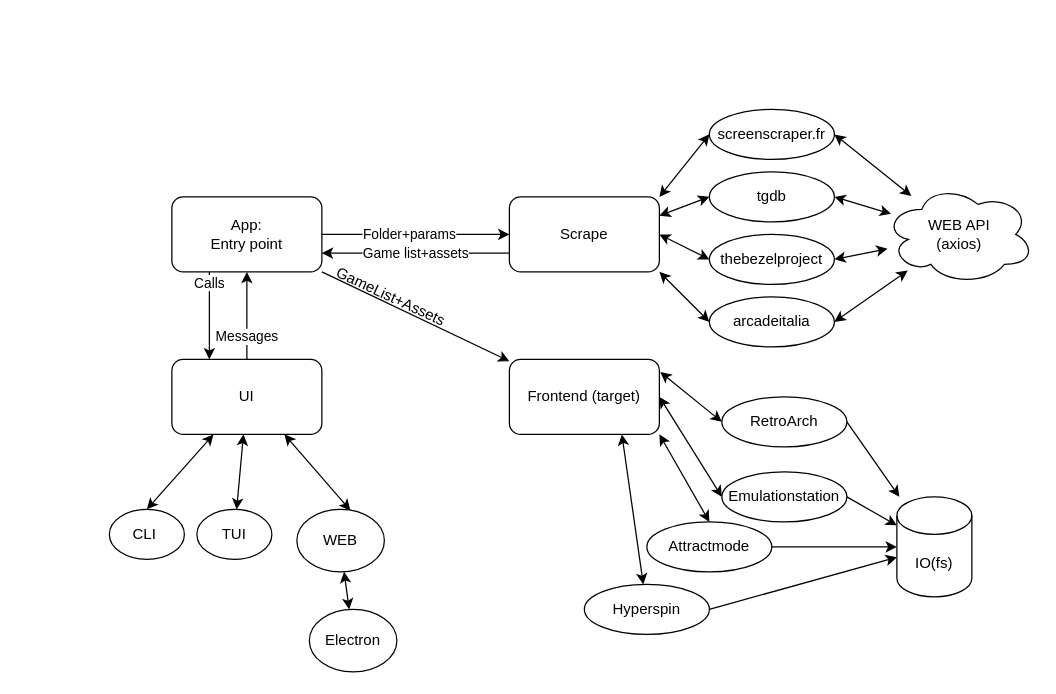
aaroncruces/rascraper keeps this draw.io diagram as diagrams/architecture.drawio. Above is the earlier version. Source tidied: cells renumbered, new cells numbered last; positions are measured from the earlier drawing's top-left corner, leaving out a move shared by most shapes. Both pictures are drawn from the tidied source at 125%, with x=0, y=0 at pixel (109, 109).
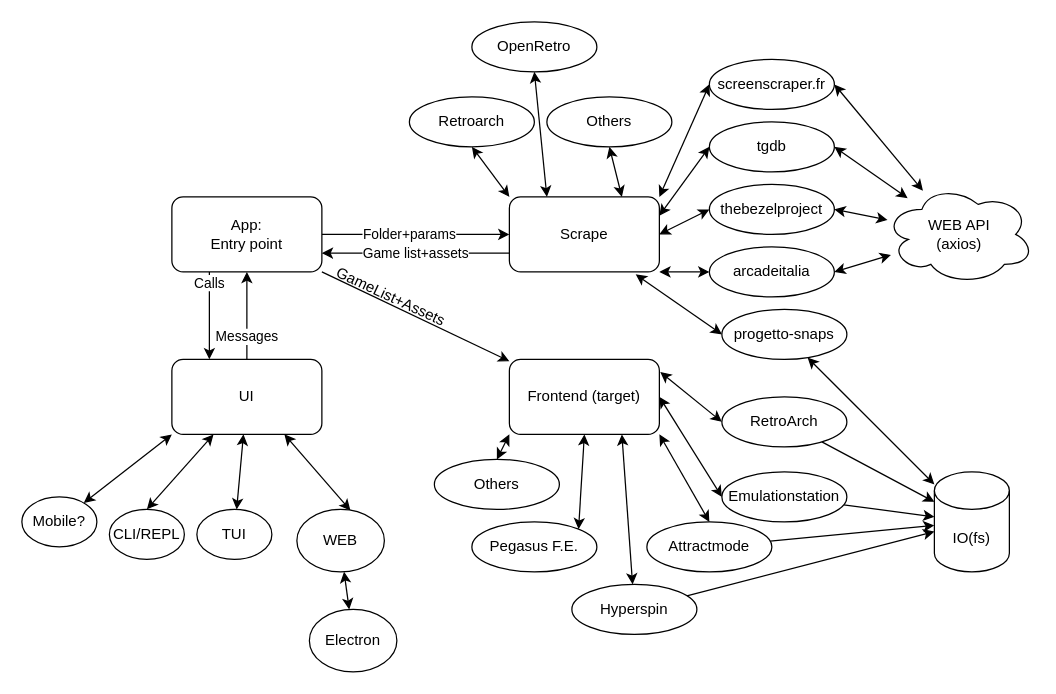
The same diagram, later.

Unchanged cells that the change refers to:
```xml
<mxCell id="11" value="UI" style="rounded=1;whiteSpace=wrap;html=1;" parent="1" vertex="1">
  <mxGeometry x="50" y="200" width="120" height="60" as="geometry" />
</mxCell>
<mxCell id="22" value="Scrape" style="rounded=1;whiteSpace=wrap;html=1;" parent="1" vertex="1">
  <mxGeometry x="320" y="70" width="120" height="60" as="geometry" />
</mxCell>
<mxCell id="33" value="Frontend (target)" style="rounded=1;whiteSpace=wrap;html=1;" parent="1" vertex="1">
  <mxGeometry x="320" y="200" width="120" height="60" as="geometry" />
</mxCell>
<mxCell id="36" value="RetroArch" style="ellipse;whiteSpace=wrap;html=1;" parent="1" vertex="1">
  <mxGeometry x="490" y="230" width="100" height="40" as="geometry" />
</mxCell>
<mxCell id="40" value="Emulationstation" style="ellipse;whiteSpace=wrap;html=1;" parent="1" vertex="1">
  <mxGeometry x="490" y="290" width="100" height="40" as="geometry" />
</mxCell>
<mxCell id="42" value="Attractmode" style="ellipse;whiteSpace=wrap;html=1;" parent="1" vertex="1">
  <mxGeometry x="430" y="330" width="100" height="40" as="geometry" />
</mxCell>
```

The edit, as a diff of the source:
```diff
@@
+    <mxCell id="47" style="edgeStyle=none;html=1;exitX=0;exitY=1;exitDx=0;exitDy=0;startArrow=classic;startFill=1;" parent="1" edge="1" source="11" target="61">
+      <mxGeometry relative="1" as="geometry" />
+    </mxCell>
@@
-    <mxCell id="12" value="CLI&amp;nbsp;" style="ellipse;whiteSpace=wrap;html=1;shadow=0;" parent="1" vertex="1">
+    <mxCell id="12" value="CLI/REPL" style="ellipse;whiteSpace=wrap;html=1;shadow=0;" parent="1" vertex="1">
       <mxGeometry y="320" width="60" height="40" as="geometry" />
     </mxCell>
@@
     <mxCell id="24" value="screenscraper.fr" style="ellipse;whiteSpace=wrap;html=1;" parent="1" vertex="1">
-      <mxGeometry x="480" width="100" height="40" as="geometry" />
+      <mxGeometry x="480" y="-40" width="100" height="40" as="geometry" />
     </mxCell>
@@
     <mxCell id="26" value="tgdb" style="ellipse;whiteSpace=wrap;html=1;" parent="1" vertex="1">
-      <mxGeometry x="480" y="50" width="100" height="40" as="geometry" />
+      <mxGeometry x="480" y="10" width="100" height="40" as="geometry" />
     </mxCell>
@@
     <mxCell id="28" value="thebezelproject" style="ellipse;whiteSpace=wrap;html=1;" parent="1" vertex="1">
-      <mxGeometry x="480" y="100" width="100" height="40" as="geometry" />
+      <mxGeometry x="480" y="60" width="100" height="40" as="geometry" />
     </mxCell>
@@
     <mxCell id="30" value="arcadeitalia" style="ellipse;whiteSpace=wrap;html=1;" parent="1" vertex="1">
-      <mxGeometry x="480" y="150" width="100" height="40" as="geometry" />
+      <mxGeometry x="480" y="110" width="100" height="40" as="geometry" />
     </mxCell>
@@
-    <mxCell id="32" style="edgeStyle=none;html=1;exitX=0.75;exitY=1;exitDx=0;exitDy=0;startArrow=classic;startFill=1;endArrow=classic;endFill=1;" parent="1" edge="1" source="33" target="44">
+    <mxCell id="32" style="edgeStyle=none;html=1;startArrow=classic;startFill=1;endArrow=classic;endFill=1;exitX=0.75;exitY=1;exitDx=0;exitDy=0;" parent="1" edge="1" source="33" target="44">
       <mxGeometry relative="1" as="geometry" />
     </mxCell>
@@
-    <mxCell id="35" style="edgeStyle=none;html=1;exitX=1;exitY=0.5;exitDx=0;exitDy=0;startArrow=none;startFill=0;endArrow=classic;endFill=1;" parent="1" edge="1" source="36" target="46">
+    <mxCell id="35" style="edgeStyle=none;html=1;startArrow=none;startFill=0;endArrow=classic;endFill=1;" parent="1" edge="1" source="36" target="46">
       <mxGeometry relative="1" as="geometry" />
     </mxCell>
@@
-    <mxCell id="39" style="edgeStyle=none;html=1;exitX=1;exitY=0.5;exitDx=0;exitDy=0;startArrow=none;startFill=0;endArrow=classic;endFill=1;" parent="1" edge="1" source="40" target="46">
+    <mxCell id="39" style="edgeStyle=none;html=1;startArrow=none;startFill=0;endArrow=classic;endFill=1;" parent="1" edge="1" source="40" target="46">
       <mxGeometry relative="1" as="geometry" />
     </mxCell>
@@
-    <mxCell id="41" style="edgeStyle=none;html=1;exitX=1;exitY=0.5;exitDx=0;exitDy=0;startArrow=none;startFill=0;endArrow=classic;endFill=1;" parent="1" edge="1" source="42" target="46">
+    <mxCell id="41" style="edgeStyle=none;html=1;startArrow=none;startFill=0;endArrow=classic;endFill=1;" parent="1" edge="1" source="42" target="46">
       <mxGeometry relative="1" as="geometry" />
     </mxCell>
@@
-    <mxCell id="43" style="edgeStyle=none;html=1;exitX=1;exitY=0.5;exitDx=0;exitDy=0;startArrow=none;startFill=0;endArrow=classic;endFill=1;" parent="1" edge="1" source="44" target="46">
+    <mxCell id="43" style="edgeStyle=none;html=1;startArrow=none;startFill=0;endArrow=classic;endFill=1;" parent="1" edge="1" source="44" target="46">
       <mxGeometry relative="1" as="geometry" />
     </mxCell>
     <mxCell id="44" value="Hyperspin" style="ellipse;whiteSpace=wrap;html=1;" parent="1" vertex="1">
-      <mxGeometry x="380" y="380" width="100" height="40" as="geometry" />
+      <mxGeometry x="370" y="380" width="100" height="40" as="geometry" />
     </mxCell>
@@
     <mxCell id="46" value="IO(fs)" style="shape=cylinder3;whiteSpace=wrap;html=1;boundedLbl=1;backgroundOutline=1;size=15;" parent="1" vertex="1">
-      <mxGeometry x="630" y="310" width="60" height="80" as="geometry" />
+      <mxGeometry x="660" y="290" width="60" height="80" as="geometry" />
     </mxCell>
+    <mxCell id="48" style="edgeStyle=none;html=1;exitX=0;exitY=0.5;exitDx=0;exitDy=0;entryX=0.842;entryY=1.033;entryDx=0;entryDy=0;entryPerimeter=0;startArrow=classic;startFill=1;" parent="1" edge="1" source="50" target="22">
+      <mxGeometry relative="1" as="geometry" />
+    </mxCell>
+    <mxCell id="49" style="edgeStyle=none;html=1;startArrow=classic;startFill=1;" parent="1" edge="1" source="50" target="46">
+      <mxGeometry relative="1" as="geometry" />
+    </mxCell>
+    <mxCell id="50" value="progetto-snaps" style="ellipse;whiteSpace=wrap;html=1;" parent="1" vertex="1">
+      <mxGeometry x="490" y="160" width="100" height="40" as="geometry" />
+    </mxCell>
+    <mxCell id="51" style="edgeStyle=none;html=1;exitX=0.5;exitY=1;exitDx=0;exitDy=0;entryX=0;entryY=0;entryDx=0;entryDy=0;startArrow=classic;startFill=1;" parent="1" edge="1" source="52" target="22">
+      <mxGeometry relative="1" as="geometry" />
+    </mxCell>
+    <mxCell id="52" value="Retroarch" style="ellipse;whiteSpace=wrap;html=1;" parent="1" vertex="1">
+      <mxGeometry x="240" y="-10" width="100" height="40" as="geometry" />
+    </mxCell>
+    <mxCell id="53" style="edgeStyle=none;html=1;exitX=0.5;exitY=1;exitDx=0;exitDy=0;entryX=0.25;entryY=0;entryDx=0;entryDy=0;startArrow=classic;startFill=1;" parent="1" edge="1" source="54" target="22">
+      <mxGeometry relative="1" as="geometry" />
+    </mxCell>
+    <mxCell id="54" value="OpenRetro" style="ellipse;whiteSpace=wrap;html=1;" parent="1" vertex="1">
+      <mxGeometry x="290" y="-70" width="100" height="40" as="geometry" />
+    </mxCell>
+    <mxCell id="55" style="edgeStyle=none;html=1;exitX=0.5;exitY=1;exitDx=0;exitDy=0;entryX=0.75;entryY=0;entryDx=0;entryDy=0;startArrow=classic;startFill=1;" parent="1" edge="1" source="56" target="22">
+      <mxGeometry relative="1" as="geometry" />
+    </mxCell>
+    <mxCell id="56" value="Others" style="ellipse;whiteSpace=wrap;html=1;" parent="1" vertex="1">
+      <mxGeometry x="350" y="-10" width="100" height="40" as="geometry" />
+    </mxCell>
+    <mxCell id="57" style="edgeStyle=none;html=1;exitX=1;exitY=0;exitDx=0;exitDy=0;entryX=0.5;entryY=1;entryDx=0;entryDy=0;startArrow=classic;startFill=1;" parent="1" edge="1" source="58" target="33">
+      <mxGeometry relative="1" as="geometry" />
+    </mxCell>
+    <mxCell id="58" value="Pegasus F.E." style="ellipse;whiteSpace=wrap;html=1;" parent="1" vertex="1">
+      <mxGeometry x="290" y="330" width="100" height="40" as="geometry" />
+    </mxCell>
+    <mxCell id="59" style="edgeStyle=none;html=1;exitX=0.5;exitY=0;exitDx=0;exitDy=0;entryX=0;entryY=1;entryDx=0;entryDy=0;startArrow=classic;startFill=1;" parent="1" edge="1" source="60" target="33">
+      <mxGeometry relative="1" as="geometry" />
+    </mxCell>
+    <mxCell id="60" value="Others" style="ellipse;whiteSpace=wrap;html=1;" parent="1" vertex="1">
+      <mxGeometry x="260" y="280" width="100" height="40" as="geometry" />
+    </mxCell>
+    <mxCell id="61" value="Mobile?" style="ellipse;whiteSpace=wrap;html=1;shadow=0;" parent="1" vertex="1">
+      <mxGeometry x="-70" y="310" width="60" height="40" as="geometry" />
+    </mxCell>
```
